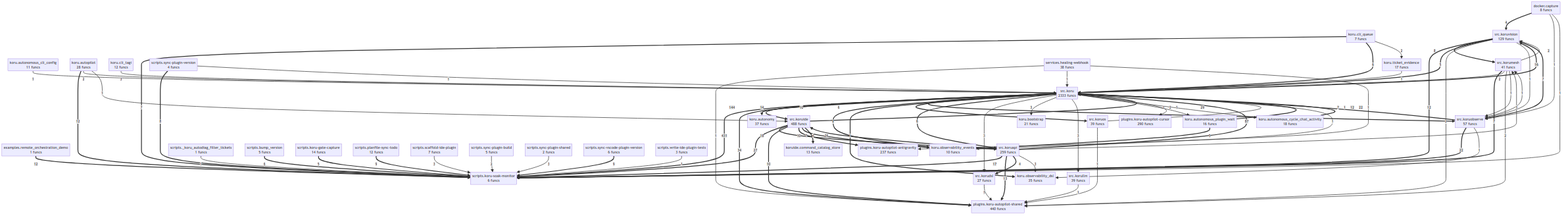
Above: project/compact_flow.png in semcod/koru (Mermaid), before the change. Its source is kept beside it as project/compact_flow.mmd. The source it was exported from:
```mermaid
flowchart TD
    docker__capture["docker.capture<br/>8 funcs"]
    examples__remote_orchestration_demo["examples.remote_orchestration_demo<br/>1 funcs"]
    koru__autonomous_cli_config["koru.autonomous_cli_config<br/>11 funcs"]
    koru__autonomous_cycle_chat_activity["koru.autonomous_cycle_chat_activity<br/>18 funcs"]
    koru__autonomous_plugin_wait["koru.autonomous_plugin_wait<br/>16 funcs"]
    koru__autonomy["koru.autonomy<br/>37 funcs"]
    koru__autopilot["koru.autopilot<br/>28 funcs"]
    koru__bootstrap["koru.bootstrap<br/>21 funcs"]
    koru__cli_queue["koru.cli_queue<br/>7 funcs"]
    koru__cli_tagi["koru.cli_tagi<br/>12 funcs"]
    koru__observability_dsl["koru.observability_dsl<br/>35 funcs"]
    koru__observability_events["koru.observability_events<br/>10 funcs"]
    koru__ticket_evidence["koru.ticket_evidence<br/>17 funcs"]
    koruide__command_catalog_store["koruide.command_catalog_store<br/>13 funcs"]
    plugins__koru_autopilot_antigravity["plugins.koru-autopilot-antigravity<br/>237 funcs"]
    plugins__koru_autopilot_cursor["plugins.koru-autopilot-cursor<br/>290 funcs"]
    plugins__koru_autopilot_shared["plugins.koru-autopilot-shared<br/>440 funcs"]
    scripts___koru_autodiag_filter_tickets["scripts._koru_autodiag_filter_tickets<br/>1 funcs"]
    scripts__bump_version["scripts.bump_version<br/>5 funcs"]
    scripts__koru_gate_capture["scripts.koru-gate-capture<br/>14 funcs"]
    scripts__koru_soak_monitor["scripts.koru-soak-monitor<br/>6 funcs"]
    scripts__planfile_sync_todo["scripts.planfile-sync-todo<br/>12 funcs"]
    scripts__scaffold_ide_plugin["scripts.scaffold-ide-plugin<br/>7 funcs"]
    scripts__sync_plugin_build["scripts.sync-plugin-build<br/>5 funcs"]
    scripts__sync_plugin_shared["scripts.sync-plugin-shared<br/>2 funcs"]
    scripts__sync_plugin_version["scripts.sync-plugin-version<br/>4 funcs"]
    scripts__sync_vscode_plugin_version["scripts.sync-vscode-plugin-version<br/>6 funcs"]
    scripts__write_ide_plugin_tests["scripts.write-ide-plugin-tests<br/>3 funcs"]
    services__healing_webhook["services.healing-webhook<br/>38 funcs"]
    src__koru["src.koru<br/>2333 funcs"]
    src__koruapi["src.koruapi<br/>259 funcs"]
    src__korudsl["src.korudsl<br/>27 funcs"]
    src__koruide["src.koruide<br/>488 funcs"]
    src__korullm["src.korullm<br/>39 funcs"]
    src__korumesh["src.korumesh<br/>41 funcs"]
    src__koruobserve["src.koruobserve<br/>57 funcs"]
    src__koruos["src.koruos<br/>39 funcs"]
    src__koruvision["src.koruvision<br/>129 funcs"]
    src__koru ==>|431| scripts__koru_soak_monitor
    src__koru ==>|144| src__koruide
    src__koruapi ==>|87| src__koru
    src__koru ==>|34| plugins__koru_autopilot_shared
    src__koruide ==>|29| src__koru
    src__koruide ==>|27| scripts__koru_soak_monitor
    src__koruapi ==>|26| src__koruide
    src__koruobserve ==>|22| scripts__koru_soak_monitor
    koru__autonomous_cycle_chat_activity ==>|22| src__koru
    src__koruide ==>|18| src__koruapi
    src__koruapi ==>|17| scripts__koru_soak_monitor
    src__koru ==>|16| src__koruvision
    src__koru ==>|14| koru__autonomy
    src__koruapi ==>|13| plugins__koru_autopilot_shared
    examples__remote_orchestration_demo ==>|12| scripts__koru_soak_monitor
    src__koruvision ==>|12| scripts__koru_soak_monitor
    koru__autonomous_plugin_wait ==>|12| src__koru
    koru__autopilot ==>|12| scripts__koru_soak_monitor
    src__koruide ==>|10| plugins__koru_autopilot_shared
    src__koruide ==>|10| plugins__koru_autopilot_antigravity
    src__koru ==>|10| src__koruobserve
    scripts__planfile_sync_todo ==>|9| scripts__koru_soak_monitor
    scripts__sync_vscode_plugin_version ==>|9| scripts__koru_soak_monitor
    src__koruvision ==>|8| src__korumesh
    src__koru ==>|8| koru__observability_events
    scripts__sync_plugin_version ==>|8| scripts__koru_soak_monitor
    src__koruobserve ==>|7| src__koru
    src__koruobserve ==>|7| src__koruvision
    src__korumesh ==>|7| scripts__koru_soak_monitor
    src__koruide ==>|7| koru__observability_events
    koru__cli_queue ==>|7| scripts__koru_soak_monitor
    src__koru ==>|6| src__koruos
    src__koru ==>|6| koru__observability_dsl
    src__koru ==>|6| src__koruapi
    koru__cli_queue ==>|6| src__koru
    scripts__bump_version ==>|6| scripts__koru_soak_monitor
    src__koruvision ==>|5| src__koru
    koru__autonomous_plugin_wait ==>|5| koru__observability_events
    scripts__koru_gate_capture ==>|5| scripts__koru_soak_monitor
    src__koruapi ==>|4| src__korudsl
    src__koruide ==>|4| koruide__command_catalog_store
    docker__capture ==>|4| src__koruvision
    src__koruapi -->|3| src__korumesh
    src__koruapi -->|3| koru__observability_dsl
    src__koru -->|3| src__korudsl
    src__koru -->|3| koru__bootstrap
    src__koru -->|3| src__korullm
    koru__cli_tagi -->|3| src__koru
    scripts__sync_plugin_shared -->|3| scripts__koru_soak_monitor
    scripts__scaffold_ide_plugin -->|3| scripts__koru_soak_monitor
    src__koruvision -->|2| plugins__koru_autopilot_shared
    src__korumesh -->|2| src__koru
    src__korumesh -->|2| src__koruvision
    src__korumesh -->|2| plugins__koru_autopilot_shared
    src__koru -->|2| koru__autonomous_plugin_wait
    koru__cli_queue -->|2| koru__ticket_evidence
    src__koru -->|2| koru__autonomous_cycle_chat_activity
    koru__autopilot -->|2| src__koru
    scripts__sync_plugin_build -->|2| scripts__koru_soak_monitor
    services__healing_webhook -->|1| plugins__koru_autopilot_shared
    services__healing_webhook -->|1| src__koru
    services__healing_webhook -->|1| plugins__koru_autopilot_antigravity
    src__koruobserve -->|1| src__korumesh
    src__koruobserve -->|1| koru__observability_dsl
    src__koruos -->|1| plugins__koru_autopilot_shared
    src__koruos -->|1| src__koru
    src__korudsl -->|1| plugins__koru_autopilot_shared
    src__korullm -->|1| plugins__koru_autopilot_shared
    src__koruvision -->|1| src__koruobserve
    src__korumesh -->|1| src__koruobserve
    src__koru -->|1| plugins__koru_autopilot_cursor
    koru__ticket_evidence -->|1| src__koru
    koru__autonomous_cli_config -->|1| src__koru
    koru__observability_events -->|1| src__koru
    koru__autopilot -->|1| src__koruide
    docker__capture -->|1| src__koruobserve
    docker__capture -->|1| scripts__koru_soak_monitor
    scripts__write_ide_plugin_tests -->|1| scripts__koru_soak_monitor
    scripts__sync_plugin_version -->|1| src__koru
    scripts___koru_autodiag_filter_tickets -->|1| scripts__koru_soak_monitor
```
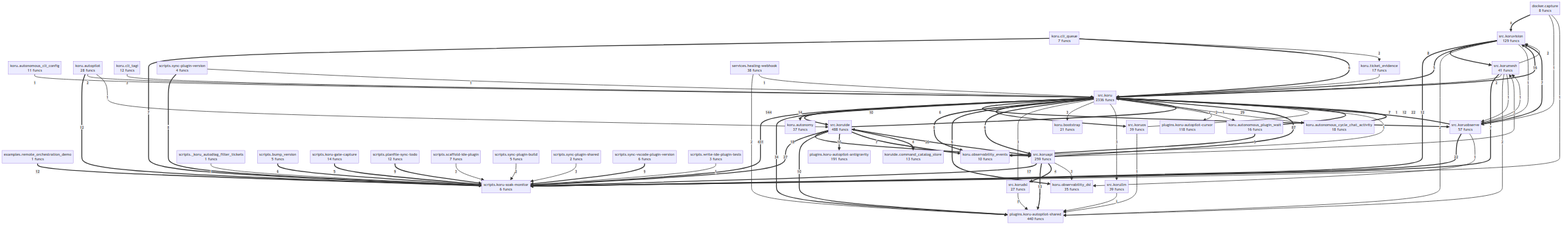
The same diagram one commit later.

Diff of the diagram source:
```diff
@@ -13,8 +13,8 @@
     koru__observability_events["koru.observability_events<br/>10 funcs"]
     koru__ticket_evidence["koru.ticket_evidence<br/>17 funcs"]
     koruide__command_catalog_store["koruide.command_catalog_store<br/>13 funcs"]
-    plugins__koru_autopilot_antigravity["plugins.koru-autopilot-antigravity<br/>237 funcs"]
-    plugins__koru_autopilot_cursor["plugins.koru-autopilot-cursor<br/>290 funcs"]
+    plugins__koru_autopilot_antigravity["plugins.koru-autopilot-antigravity<br/>191 funcs"]
+    plugins__koru_autopilot_cursor["plugins.koru-autopilot-cursor<br/>118 funcs"]
     plugins__koru_autopilot_shared["plugins.koru-autopilot-shared<br/>440 funcs"]
     scripts___koru_autodiag_filter_tickets["scripts._koru_autodiag_filter_tickets<br/>1 funcs"]
     scripts__bump_version["scripts.bump_version<br/>5 funcs"]
@@ -28,7 +28,7 @@
     scripts__sync_vscode_plugin_version["scripts.sync-vscode-plugin-version<br/>6 funcs"]
     scripts__write_ide_plugin_tests["scripts.write-ide-plugin-tests<br/>3 funcs"]
     services__healing_webhook["services.healing-webhook<br/>38 funcs"]
-    src__koru["src.koru<br/>2333 funcs"]
+    src__koru["src.koru<br/>2336 funcs"]
     src__koruapi["src.koruapi<br/>259 funcs"]
     src__korudsl["src.korudsl<br/>27 funcs"]
     src__koruide["src.koruide<br/>488 funcs"]
@@ -87,18 +87,17 @@
     koru__cli_tagi -->|3| src__koru
     scripts__sync_plugin_shared -->|3| scripts__koru_soak_monitor
     scripts__scaffold_ide_plugin -->|3| scripts__koru_soak_monitor
+    services__healing_webhook -->|2| plugins__koru_autopilot_shared
     src__koruvision -->|2| plugins__koru_autopilot_shared
     src__korumesh -->|2| src__koru
     src__korumesh -->|2| src__koruvision
     src__korumesh -->|2| plugins__koru_autopilot_shared
-    src__koru -->|2| koru__autonomous_plugin_wait
     koru__cli_queue -->|2| koru__ticket_evidence
-    src__koru -->|2| koru__autonomous_cycle_chat_activity
     koru__autopilot -->|2| src__koru
     scripts__sync_plugin_build -->|2| scripts__koru_soak_monitor
-    services__healing_webhook -->|1| plugins__koru_autopilot_shared
+    src__koru -->|2| koru__autonomous_plugin_wait
+    src__koru -->|2| koru__autonomous_cycle_chat_activity
     services__healing_webhook -->|1| src__koru
-    services__healing_webhook -->|1| plugins__koru_autopilot_antigravity
     src__koruobserve -->|1| src__korumesh
     src__koruobserve -->|1| koru__observability_dsl
     src__koruos -->|1| plugins__koru_autopilot_shared
```
